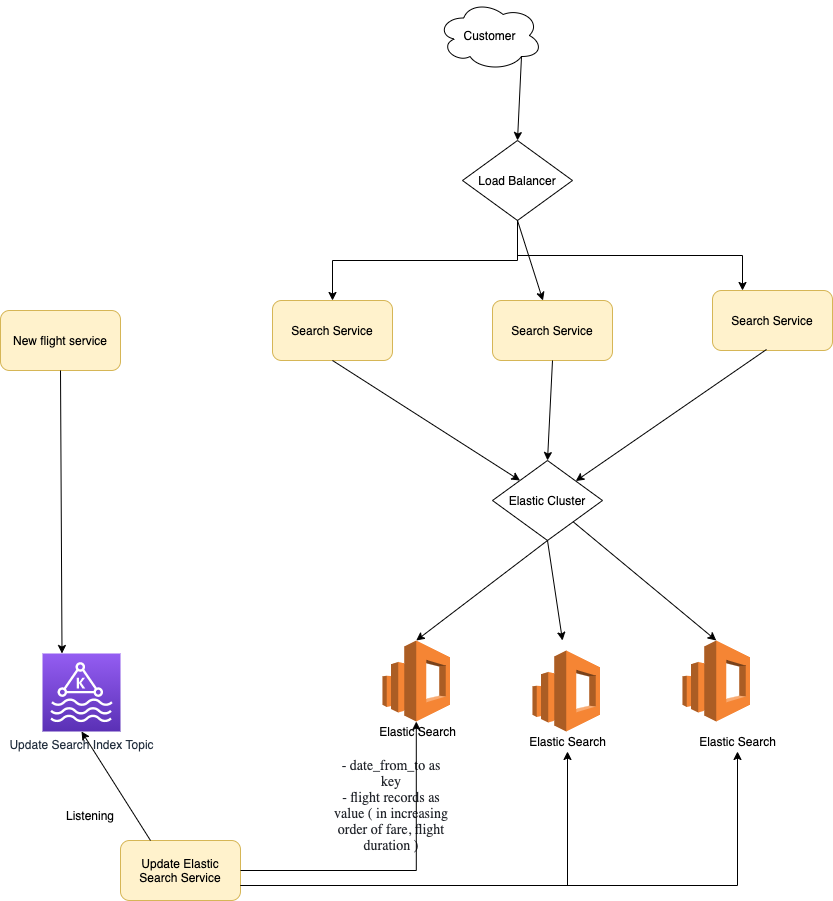
This is src/MakeMyTripSearch/MakeMyTripFlightSearch.drawio.png from Anshul619/HLD-System-Designs, a draw.io export, as it was before one commit. Source tidied: cells renumbered, new cells last; positions are measured from the earlier drawing's top-left corner, leaving out a move shared by most shapes.
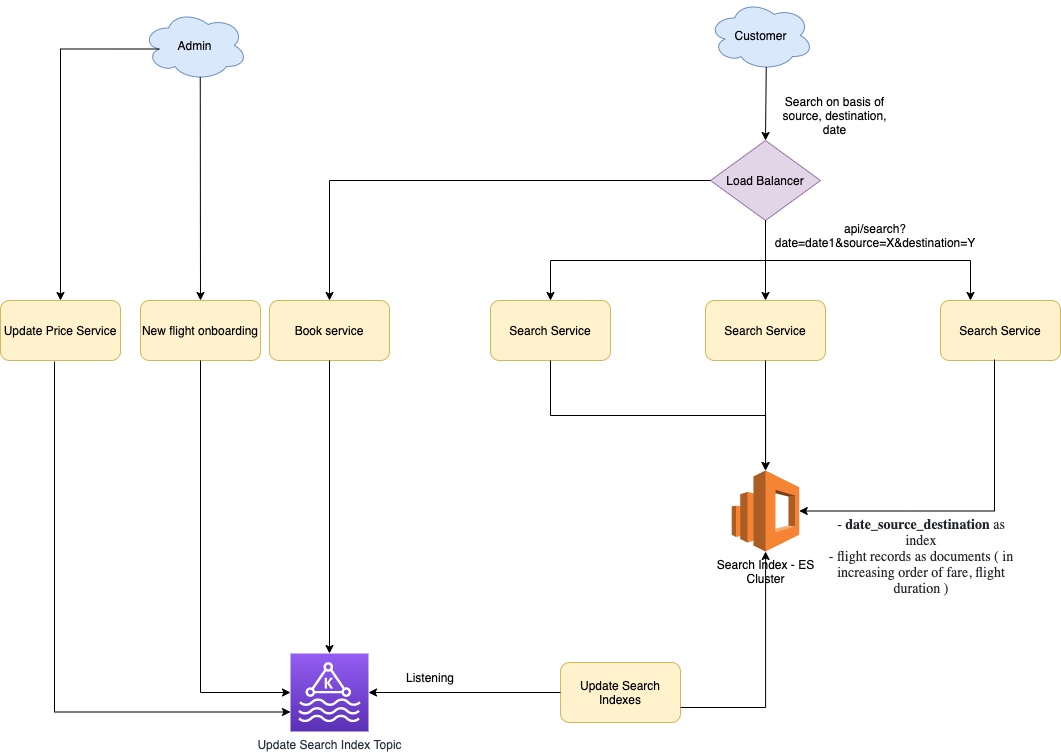
Later version of the same file.

Commit message:
Logging File Aggregation

What changed in the source:
```diff
@@ -2,20 +2,20 @@
   <root>
     <mxCell id="0" />
     <mxCell id="1" parent="0" />
-    <mxCell id="2" value="Customer" style="ellipse;shape=cloud;whiteSpace=wrap;html=1;" parent="1" vertex="1">
-      <mxGeometry x="437" width="105" height="70" as="geometry" />
+    <mxCell id="2" value="Customer" style="ellipse;shape=cloud;whiteSpace=wrap;html=1;fillColor=#dae8fc;strokeColor=#6c8ebf;" parent="1" vertex="1">
+      <mxGeometry x="460" width="105" height="70" as="geometry" />
     </mxCell>
-    <mxCell id="3" value="Load Balancer" style="rhombus;whiteSpace=wrap;html=1;" parent="1" vertex="1">
+    <mxCell id="3" value="Load Balancer" style="rhombus;whiteSpace=wrap;html=1;fillColor=#e1d5e7;strokeColor=#9673a6;" parent="1" vertex="1">
       <mxGeometry x="462" y="140" width="110" height="80" as="geometry" />
     </mxCell>
     <mxCell id="4" value="Search Service" style="rounded=1;whiteSpace=wrap;html=1;fillColor=#fff2cc;strokeColor=#d6b656;" parent="1" vertex="1">
-      <mxGeometry x="272" y="300" width="120" height="60" as="geometry" />
+      <mxGeometry x="242" y="300" width="120" height="60" as="geometry" />
     </mxCell>
     <mxCell id="5" value="Search Service" style="rounded=1;whiteSpace=wrap;html=1;fillColor=#fff2cc;strokeColor=#d6b656;" parent="1" vertex="1">
-      <mxGeometry x="492" y="300" width="120" height="60" as="geometry" />
+      <mxGeometry x="457" y="300" width="120" height="60" as="geometry" />
     </mxCell>
     <mxCell id="6" value="Search Service" style="rounded=1;whiteSpace=wrap;html=1;fillColor=#fff2cc;strokeColor=#d6b656;" parent="1" vertex="1">
-      <mxGeometry x="712" y="290" width="120" height="60" as="geometry" />
+      <mxGeometry x="692" y="300" width="120" height="60" as="geometry" />
     </mxCell>
     <mxCell id="7" style="endArrow=classic;html=1;rounded=0;exitX=0.5;exitY=1;exitDx=0;exitDy=0;entryX=0.5;entryY=0;entryDx=0;entryDy=0;edgeStyle=orthogonalEdgeStyle;" parent="1" edge="1" source="3" target="4">
       <mxGeometry relative="1" as="geometry" />
@@ -26,79 +26,74 @@
     <mxCell id="9" style="endArrow=classic;html=1;rounded=0;entryX=0.25;entryY=0;entryDx=0;entryDy=0;exitX=0.5;exitY=1;exitDx=0;exitDy=0;edgeStyle=orthogonalEdgeStyle;" parent="1" edge="1" source="3" target="6">
       <mxGeometry relative="1" as="geometry" />
     </mxCell>
-    <mxCell id="10" value="Elastic Cluster" style="rhombus;whiteSpace=wrap;html=1;" parent="1" vertex="1">
-      <mxGeometry x="492" y="460" width="110" height="80" as="geometry" />
-    </mxCell>
-    <mxCell id="11" style="outlineConnect=0;dashed=0;verticalLabelPosition=bottom;verticalAlign=top;align=center;html=1;shape=mxgraph.aws3.elasticsearch_service;fillColor=#F58534;gradientColor=none;" parent="1" vertex="1">
-      <mxGeometry x="382" y="640" width="67.5" height="81" as="geometry" />
+    <mxCell id="11" value="Search Index - ES&lt;br&gt;Cluster" style="outlineConnect=0;dashed=0;verticalLabelPosition=bottom;verticalAlign=top;align=center;html=1;shape=mxgraph.aws3.elasticsearch_service;fillColor=#F58534;gradientColor=none;" parent="1" vertex="1">
+      <mxGeometry x="483.2" y="470" width="67.5" height="81" as="geometry" />
     </mxCell>
-    <mxCell id="12" style="outlineConnect=0;dashed=0;verticalLabelPosition=bottom;verticalAlign=top;align=center;html=1;shape=mxgraph.aws3.elasticsearch_service;fillColor=#F58534;gradientColor=none;" parent="1" vertex="1">
-      <mxGeometry x="682" y="640" width="67.5" height="81" as="geometry" />
-    </mxCell>
-    <mxCell id="13" style="dashed=0;verticalLabelPosition=bottom;verticalAlign=top;align=center;html=1;shape=mxgraph.aws3.elasticsearch_service;fillColor=#F58534;gradientColor=none;" parent="1" vertex="1">
-      <mxGeometry x="532" y="650" width="67.5" height="81" as="geometry" />
-    </mxCell>
-    <mxCell id="14" style="endArrow=classic;html=1;rounded=0;exitX=0.5;exitY=1;exitDx=0;exitDy=0;entryX=0.5;entryY=0;entryDx=0;entryDy=0;entryPerimeter=0;" parent="1" edge="1" source="10" target="11">
-      <mxGeometry relative="1" as="geometry" />
-    </mxCell>
-    <mxCell id="15" style="endArrow=classic;html=1;rounded=0;exitX=0.5;exitY=1;exitDx=0;exitDy=0;" parent="1" edge="1" source="10">
-      <mxGeometry relative="1" as="geometry">
-        <mxPoint x="562" y="640" as="targetPoint" />
-      </mxGeometry>
-    </mxCell>
-    <mxCell id="16" style="endArrow=classic;html=1;rounded=0;entryX=0.5;entryY=0;entryDx=0;entryDy=0;entryPerimeter=0;" parent="1" edge="1" source="10" target="12">
-      <mxGeometry relative="1" as="geometry" />
-    </mxCell>
-    <mxCell id="17" style="endArrow=classic;html=1;rounded=0;exitX=0.8;exitY=0.8;exitDx=0;exitDy=0;exitPerimeter=0;entryX=0.5;entryY=0;entryDx=0;entryDy=0;" parent="1" edge="1" source="2" target="3">
+    <mxCell id="17" style="endArrow=classic;html=1;rounded=0;exitX=0.55;exitY=0.95;exitDx=0;exitDy=0;exitPerimeter=0;entryX=0.5;entryY=0;entryDx=0;entryDy=0;" parent="1" edge="1" source="2" target="3">
       <mxGeometry relative="1" as="geometry" />
     </mxCell>
-    <mxCell id="18" value="Elastic Search" style="text;html=1;align=center;verticalAlign=middle;strokeColor=none;fillColor=none;" parent="1" vertex="1">
-      <mxGeometry x="372" y="721" width="90" height="20" as="geometry" />
-    </mxCell>
-    <mxCell id="19" value="Elastic Search" style="text;html=1;align=center;verticalAlign=middle;points=[];strokeColor=none;fillColor=none;" parent="1" vertex="1">
-      <mxGeometry x="522" y="731" width="90" height="20" as="geometry" />
-    </mxCell>
-    <mxCell id="20" value="Elastic Search" style="text;html=1;align=center;verticalAlign=middle;points=[];strokeColor=none;fillColor=none;" parent="1" vertex="1">
-      <mxGeometry x="692" y="731" width="90" height="20" as="geometry" />
-    </mxCell>
-    <mxCell id="21" style="endArrow=classic;html=1;rounded=0;exitX=0.5;exitY=1;exitDx=0;exitDy=0;entryX=0;entryY=0;entryDx=0;entryDy=0;" parent="1" edge="1" source="4" target="10">
+    <mxCell id="21" style="endArrow=classic;html=1;rounded=0;exitX=0.5;exitY=1;exitDx=0;exitDy=0;edgeStyle=orthogonalEdgeStyle;" parent="1" edge="1" source="4" target="11">
       <mxGeometry relative="1" as="geometry" />
     </mxCell>
-    <mxCell id="22" style="endArrow=classic;html=1;rounded=0;exitX=0.5;exitY=1;exitDx=0;exitDy=0;entryX=0.5;entryY=0;entryDx=0;entryDy=0;" parent="1" edge="1" source="5" target="10">
+    <mxCell id="22" style="endArrow=classic;html=1;rounded=0;exitX=0.5;exitY=1;exitDx=0;exitDy=0;entryX=0.5;entryY=0;entryDx=0;entryDy=0;entryPerimeter=0;" parent="1" edge="1" source="5" target="11">
       <mxGeometry relative="1" as="geometry" />
     </mxCell>
-    <mxCell id="23" style="endArrow=classic;html=1;rounded=0;exitX=0.45;exitY=0.983;exitDx=0;exitDy=0;exitPerimeter=0;" parent="1" edge="1" source="6" target="10">
+    <mxCell id="23" style="endArrow=classic;html=1;rounded=0;exitX=0.45;exitY=0.983;exitDx=0;exitDy=0;exitPerimeter=0;entryX=1;entryY=0.5;entryDx=0;entryDy=0;entryPerimeter=0;edgeStyle=orthogonalEdgeStyle;" parent="1" edge="1" source="6" target="11">
       <mxGeometry relative="1" as="geometry" />
     </mxCell>
-    <mxCell id="24" value="&lt;meta charset=&quot;utf-8&quot;&gt;&lt;p style=&quot;box-sizing: border-box; --tw-shadow:0 0 transparent; --tw-ring-inset:var(--tw-empty, ); --tw-ring-offset-width:0px; --tw-ring-offset-color:#fff; --tw-ring-color:rgba(59,130,246,0.5); --tw-ring-offset-shadow:0 0 transparent; --tw-ring-shadow:0 0 transparent; margin: 0px; padding: 0px; counter-reset: list-1 0 list-2 0 list-3 0 list-4 0 list-5 0 list-6 0 list-7 0 list-8 0 list-9 0; font-family: &amp;quot;Inv Maison Neue&amp;quot;; font-weight: 300; font-size: 14px; color: rgb(34, 37, 43); text-align: center; font-style: normal; font-variant-ligatures: normal; font-variant-caps: normal; letter-spacing: normal; orphans: 2; text-indent: 0px; text-transform: none; widows: 2; word-spacing: 0px; -webkit-text-stroke-width: 0px; background-color: rgb(255, 255, 255); text-decoration-thickness: initial; text-decoration-style: initial; text-decoration-color: initial;&quot; class=&quot;ql-align-center&quot;&gt;- date_from_to as key&lt;/p&gt;&lt;p style=&quot;box-sizing: border-box; --tw-shadow:0 0 transparent; --tw-ring-inset:var(--tw-empty, ); --tw-ring-offset-width:0px; --tw-ring-offset-color:#fff; --tw-ring-color:rgba(59,130,246,0.5); --tw-ring-offset-shadow:0 0 transparent; --tw-ring-shadow:0 0 transparent; margin: 0px; padding: 0px; counter-reset: list-1 0 list-2 0 list-3 0 list-4 0 list-5 0 list-6 0 list-7 0 list-8 0 list-9 0; font-family: &amp;quot;Inv Maison Neue&amp;quot;; font-weight: 300; font-size: 14px; color: rgb(34, 37, 43); text-align: center; font-style: normal; font-variant-ligatures: normal; font-variant-caps: normal; letter-spacing: normal; orphans: 2; text-indent: 0px; text-transform: none; widows: 2; word-spacing: 0px; -webkit-text-stroke-width: 0px; background-color: rgb(255, 255, 255); text-decoration-thickness: initial; text-decoration-style: initial; text-decoration-color: initial;&quot; class=&quot;ql-align-center&quot;&gt;- flight records as value ( in increasing order of fare, flight duration )&lt;/p&gt;" style="text;whiteSpace=wrap;html=1;" parent="1" vertex="1">
-      <mxGeometry x="329.5" y="751" width="120" height="40" as="geometry" />
+    <mxCell id="24" value="&lt;p style=&quot;box-sizing: border-box; --tw-shadow:0 0 transparent; --tw-ring-inset:var(--tw-empty, ); --tw-ring-offset-width:0px; --tw-ring-offset-color:#fff; --tw-ring-color:rgba(59,130,246,0.5); --tw-ring-offset-shadow:0 0 transparent; --tw-ring-shadow:0 0 transparent; margin: 0px; padding: 0px; counter-reset: list-1 0 list-2 0 list-3 0 list-4 0 list-5 0 list-6 0 list-7 0 list-8 0 list-9 0; font-family: &amp;quot;Inv Maison Neue&amp;quot;; font-size: 14px; color: rgb(34, 37, 43); text-align: center; font-style: normal; font-variant-ligatures: normal; font-variant-caps: normal; letter-spacing: normal; orphans: 2; text-indent: 0px; text-transform: none; widows: 2; word-spacing: 0px; -webkit-text-stroke-width: 0px; background-color: rgb(255, 255, 255); text-decoration-thickness: initial; text-decoration-style: initial; text-decoration-color: initial;&quot; class=&quot;ql-align-center&quot;&gt;-&amp;nbsp;&lt;b&gt;date_source_destination&lt;/b&gt;&amp;nbsp;as index&lt;/p&gt;&lt;p style=&quot;box-sizing: border-box; --tw-shadow:0 0 transparent; --tw-ring-inset:var(--tw-empty, ); --tw-ring-offset-width:0px; --tw-ring-offset-color:#fff; --tw-ring-color:rgba(59,130,246,0.5); --tw-ring-offset-shadow:0 0 transparent; --tw-ring-shadow:0 0 transparent; margin: 0px; padding: 0px; counter-reset: list-1 0 list-2 0 list-3 0 list-4 0 list-5 0 list-6 0 list-7 0 list-8 0 list-9 0; font-family: &amp;quot;Inv Maison Neue&amp;quot;; font-weight: 300; font-size: 14px; color: rgb(34, 37, 43); text-align: center; font-style: normal; font-variant-ligatures: normal; font-variant-caps: normal; letter-spacing: normal; orphans: 2; text-indent: 0px; text-transform: none; widows: 2; word-spacing: 0px; -webkit-text-stroke-width: 0px; background-color: rgb(255, 255, 255); text-decoration-thickness: initial; text-decoration-style: initial; text-decoration-color: initial;&quot; class=&quot;ql-align-center&quot;&gt;- flight records as documents ( in increasing order of fare, flight duration )&lt;/p&gt;" style="text;whiteSpace=wrap;html=1;" parent="1" vertex="1">
+      <mxGeometry x="572" y="510" width="200" height="60" as="geometry" />
     </mxCell>
-    <mxCell id="25" value="New flight service" style="rounded=1;whiteSpace=wrap;html=1;fillColor=#fff2cc;strokeColor=#d6b656;" parent="1" vertex="1">
-      <mxGeometry y="310" width="120" height="60" as="geometry" />
+    <mxCell id="25" value="New flight onboarding" style="rounded=1;whiteSpace=wrap;html=1;fillColor=#fff2cc;strokeColor=#d6b656;" parent="1" vertex="1">
+      <mxGeometry x="-108" y="300" width="120" height="60" as="geometry" />
     </mxCell>
     <mxCell id="26" value="Update Search Index Topic" style="sketch=0;points=[[0,0,0],[0.25,0,0],[0.5,0,0],[0.75,0,0],[1,0,0],[0,1,0],[0.25,1,0],[0.5,1,0],[0.75,1,0],[1,1,0],[0,0.25,0],[0,0.5,0],[0,0.75,0],[1,0.25,0],[1,0.5,0],[1,0.75,0]];outlineConnect=0;fontColor=#232F3E;gradientColor=#945DF2;gradientDirection=north;fillColor=#5A30B5;strokeColor=#ffffff;dashed=0;verticalLabelPosition=bottom;verticalAlign=top;align=center;html=1;fontSize=12;fontStyle=0;shape=mxgraph.aws4.resourceIcon;resIcon=mxgraph.aws4.managed_streaming_for_kafka;" parent="1" vertex="1">
       <mxGeometry x="42" y="653" width="78" height="78" as="geometry" />
     </mxCell>
-    <mxCell id="27" style="endArrow=classic;html=1;rounded=0;exitX=0.5;exitY=1;exitDx=0;exitDy=0;entryX=0.25;entryY=0;entryDx=0;entryDy=0;entryPerimeter=0;" parent="1" edge="1" source="25" target="26">
+    <mxCell id="27" style="endArrow=classic;html=1;rounded=0;exitX=0.5;exitY=1;exitDx=0;exitDy=0;entryX=0;entryY=0.5;entryDx=0;entryDy=0;entryPerimeter=0;edgeStyle=orthogonalEdgeStyle;" parent="1" edge="1" source="25" target="26">
       <mxGeometry relative="1" as="geometry" />
     </mxCell>
-    <mxCell id="28" value="Update Elastic Search Service" style="rounded=1;whiteSpace=wrap;html=1;fillColor=#fff2cc;strokeColor=#d6b656;" parent="1" vertex="1">
-      <mxGeometry x="120" y="840" width="120" height="60" as="geometry" />
+    <mxCell id="28" value="Update Search Indexes" style="rounded=1;whiteSpace=wrap;html=1;fillColor=#fff2cc;strokeColor=#d6b656;" parent="1" vertex="1">
+      <mxGeometry x="312" y="662" width="120" height="60" as="geometry" />
     </mxCell>
-    <mxCell id="29" style="endArrow=classic;html=1;rounded=0;exitX=1;exitY=0.5;exitDx=0;exitDy=0;edgeStyle=orthogonalEdgeStyle;" parent="1" edge="1" source="28" target="11">
-      <mxGeometry relative="1" as="geometry" />
-    </mxCell>
-    <mxCell id="30" style="endArrow=classic;html=1;rounded=0;exitX=1;exitY=0.75;exitDx=0;exitDy=0;edgeStyle=orthogonalEdgeStyle;" parent="1" edge="1" source="28" target="19">
-      <mxGeometry relative="1" as="geometry" />
-    </mxCell>
-    <mxCell id="31" style="endArrow=classic;html=1;rounded=0;exitX=0.25;exitY=0;exitDx=0;exitDy=0;entryX=0.5;entryY=1;entryDx=0;entryDy=0;entryPerimeter=0;" parent="1" edge="1" source="28" target="26">
+    <mxCell id="31" style="endArrow=classic;html=1;rounded=0;exitX=0;exitY=0.5;exitDx=0;exitDy=0;entryX=1;entryY=0.5;entryDx=0;entryDy=0;entryPerimeter=0;" parent="1" edge="1" source="28" target="26">
       <mxGeometry relative="1" as="geometry" />
     </mxCell>
     <mxCell id="32" value="Listening" style="text;html=1;strokeColor=none;fillColor=none;align=center;verticalAlign=middle;whiteSpace=wrap;rounded=0;" parent="1" vertex="1">
-      <mxGeometry x="60" y="800" width="60" height="30" as="geometry" />
+      <mxGeometry x="152" y="662" width="60" height="30" as="geometry" />
     </mxCell>
-    <mxCell id="33" style="endArrow=classic;html=1;rounded=0;exitX=1;exitY=0.75;exitDx=0;exitDy=0;edgeStyle=orthogonalEdgeStyle;" parent="1" edge="1" source="28" target="20">
+    <mxCell id="33" style="endArrow=classic;html=1;rounded=0;exitX=1;exitY=0.75;exitDx=0;exitDy=0;edgeStyle=orthogonalEdgeStyle;" parent="1" edge="1" source="28" target="11">
       <mxGeometry relative="1" as="geometry" />
     </mxCell>
+    <mxCell id="34" value="Search on basis of source, destination, date" style="text;html=1;strokeColor=none;fillColor=none;align=center;verticalAlign=middle;whiteSpace=wrap;rounded=0;" parent="1" vertex="1">
+      <mxGeometry x="532" y="100" width="109" height="30" as="geometry" />
+    </mxCell>
+    <mxCell id="35" value="api/search?date=date1&amp;amp;source=X&amp;amp;destination=Y" style="text;html=1;strokeColor=none;fillColor=none;align=center;verticalAlign=middle;whiteSpace=wrap;rounded=0;" parent="1" vertex="1">
+      <mxGeometry x="512" y="220" width="230" height="30" as="geometry" />
+    </mxCell>
+    <mxCell id="36" value="Book service" style="rounded=1;whiteSpace=wrap;html=1;fillColor=#fff2cc;strokeColor=#d6b656;" parent="1" vertex="1">
+      <mxGeometry x="21" y="300" width="120" height="60" as="geometry" />
+    </mxCell>
+    <mxCell id="37" style="endArrow=classic;html=1;rounded=0;exitX=0.5;exitY=1;exitDx=0;exitDy=0;entryX=0.5;entryY=0;entryDx=0;entryDy=0;entryPerimeter=0;" parent="1" edge="1" source="36" target="26">
+      <mxGeometry relative="1" as="geometry" />
+    </mxCell>
+    <mxCell id="38" style="endArrow=classic;html=1;rounded=0;exitX=0;exitY=0.5;exitDx=0;exitDy=0;entryX=0.5;entryY=0;entryDx=0;entryDy=0;edgeStyle=orthogonalEdgeStyle;" parent="1" edge="1" source="3" target="36">
+      <mxGeometry relative="1" as="geometry" />
+    </mxCell>
+    <mxCell id="39" value="Admin" style="ellipse;shape=cloud;whiteSpace=wrap;html=1;fillColor=#dae8fc;strokeColor=#6c8ebf;" parent="1" vertex="1">
+      <mxGeometry x="-106" y="10" width="105" height="70" as="geometry" />
+    </mxCell>
+    <mxCell id="40" style="endArrow=classic;html=1;rounded=0;exitX=0.55;exitY=0.95;exitDx=0;exitDy=0;exitPerimeter=0;entryX=0.5;entryY=0;entryDx=0;entryDy=0;" parent="1" edge="1" source="39" target="25">
+      <mxGeometry relative="1" as="geometry" />
+    </mxCell>
+    <mxCell id="41" value="Update Price Service" style="rounded=1;whiteSpace=wrap;html=1;fillColor=#fff2cc;strokeColor=#d6b656;" parent="1" vertex="1">
+      <mxGeometry x="-248" y="300" width="120" height="60" as="geometry" />
+    </mxCell>
+    <mxCell id="42" style="endArrow=classic;html=1;rounded=0;exitX=0.16;exitY=0.55;exitDx=0;exitDy=0;exitPerimeter=0;entryX=0.5;entryY=0;entryDx=0;entryDy=0;edgeStyle=orthogonalEdgeStyle;" parent="1" edge="1" source="39" target="41">
+      <mxGeometry relative="1" as="geometry" />
+    </mxCell>
+    <mxCell id="43" style="endArrow=classic;html=1;rounded=0;exitX=0.45;exitY=1.017;exitDx=0;exitDy=0;exitPerimeter=0;entryX=0;entryY=0.75;entryDx=0;entryDy=0;entryPerimeter=0;edgeStyle=orthogonalEdgeStyle;" parent="1" edge="1" source="41" target="26">
+      <mxGeometry relative="1" as="geometry" />
+    </mxCell>
   </root>
 </mxGraphModel>
```
